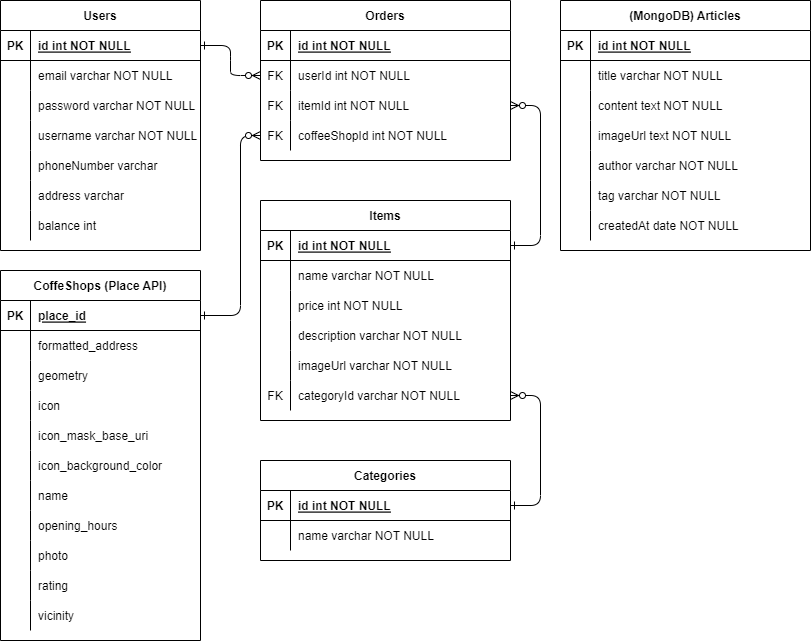
faderino/coffeepedia-server keeps this draw.io diagram as coffeepedia_schema.png. Above is the earlier version. Source tidied: cells renumbered, new cells last; positions are measured from the earlier drawing's top-left corner, leaving out a move shared by most shapes.
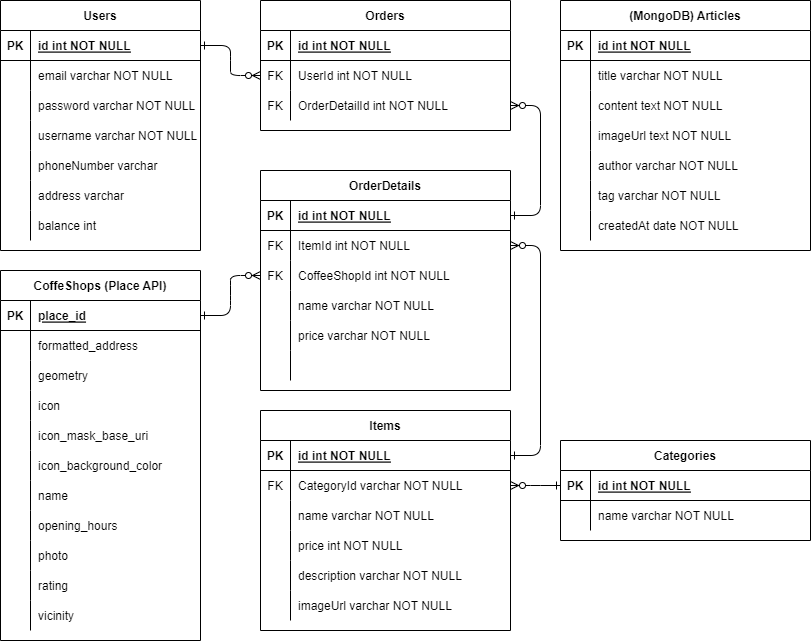
Above is the later version.

Commit message:
Update database schema

The edit, as a diff of the source:
```diff
@@ -5,11 +5,8 @@
     <mxCell id="2" style="edgeStyle=entityRelationEdgeStyle;endArrow=ERzeroToMany;startArrow=ERone;endFill=1;startFill=0;" parent="1" edge="1" source="18" target="8">
       <mxGeometry relative="1" as="geometry" />
     </mxCell>
-    <mxCell id="3" style="edgeStyle=entityRelationEdgeStyle;endArrow=ERzeroToMany;startArrow=ERone;endFill=1;startFill=0;exitX=1;exitY=0.5;exitDx=0;exitDy=0;entryX=1;entryY=0.5;entryDx=0;entryDy=0;" parent="1" edge="1" source="62" target="11">
-      <mxGeometry relative="1" as="geometry" />
-    </mxCell>
     <mxCell id="4" value="Orders" style="shape=table;startSize=30;rowLines=0;fontStyle=1;align=center;" parent="1" vertex="1">
-      <mxGeometry x="260" width="250" height="160" as="geometry" />
+      <mxGeometry x="260" width="250" height="130" as="geometry" />
     </mxCell>
     <mxCell id="5" style="shape=partialRectangle;fillColor=none;top=0;left=0;right=0;bottom=1;" parent="4" vertex="1">
       <mxGeometry y="30" width="250" height="30" as="geometry" />
@@ -26,7 +23,7 @@
     <mxCell id="9" value="FK" style="shape=partialRectangle;overflow=hidden;fillColor=none;top=0;left=0;bottom=0;right=0;" parent="8" vertex="1">
       <mxGeometry width="30" height="30" as="geometry" />
     </mxCell>
-    <mxCell id="10" value="userId int NOT NULL" style="shape=partialRectangle;overflow=hidden;fillColor=none;top=0;left=0;bottom=0;right=0;align=left;spacingLeft=6;" parent="8" vertex="1">
+    <mxCell id="10" value="UserId int NOT NULL" style="shape=partialRectangle;overflow=hidden;fillColor=none;top=0;left=0;bottom=0;right=0;align=left;spacingLeft=6;" parent="8" vertex="1">
       <mxGeometry x="30" width="220" height="30" as="geometry" />
     </mxCell>
     <mxCell id="11" style="shape=partialRectangle;fillColor=none;points=[[0,0.5],[1,0.5]];portConstraint=eastwest;top=0;left=0;right=0;bottom=0;" parent="4" vertex="1">
@@ -35,18 +32,9 @@
     <mxCell id="12" value="FK" style="shape=partialRectangle;overflow=hidden;fillColor=none;top=0;left=0;bottom=0;right=0;" parent="11" vertex="1">
       <mxGeometry width="30" height="30" as="geometry" />
     </mxCell>
-    <mxCell id="13" value="itemId int NOT NULL" style="shape=partialRectangle;overflow=hidden;fillColor=none;top=0;left=0;bottom=0;right=0;align=left;spacingLeft=6;" parent="11" vertex="1">
+    <mxCell id="13" value="OrderDetailId int NOT NULL" style="shape=partialRectangle;overflow=hidden;fillColor=none;top=0;left=0;bottom=0;right=0;align=left;spacingLeft=6;" parent="11" vertex="1">
       <mxGeometry x="30" width="220" height="30" as="geometry" />
     </mxCell>
-    <mxCell id="14" style="shape=partialRectangle;fillColor=none;points=[[0,0.5],[1,0.5]];portConstraint=eastwest;top=0;left=0;right=0;bottom=0;" parent="4" vertex="1">
-      <mxGeometry y="120" width="250" height="30" as="geometry" />
-    </mxCell>
-    <mxCell id="15" value="FK" style="shape=partialRectangle;overflow=hidden;fillColor=none;top=0;left=0;bottom=0;right=0;" parent="14" vertex="1">
-      <mxGeometry width="30" height="30" as="geometry" />
-    </mxCell>
-    <mxCell id="16" value="coffeeShopId int NOT NULL" style="shape=partialRectangle;overflow=hidden;fillColor=none;top=0;left=0;bottom=0;right=0;align=left;spacingLeft=6;" parent="14" vertex="1">
-      <mxGeometry x="30" width="220" height="30" as="geometry" />
-    </mxCell>
     <mxCell id="17" value="Users" style="shape=table;startSize=30;rowLines=0;fontStyle=1;align=center;" parent="1" vertex="1">
       <mxGeometry width="200" height="250" as="geometry" />
     </mxCell>
@@ -180,7 +168,7 @@
       <mxGeometry x="30" width="220" height="30" as="geometry" />
     </mxCell>
     <mxCell id="61" value="Items" style="shape=table;startSize=30;rowLines=0;fontStyle=1;align=center;" parent="1" vertex="1">
-      <mxGeometry x="260" y="200" width="250" height="220" as="geometry" />
+      <mxGeometry x="260" y="410" width="250" height="220" as="geometry" />
     </mxCell>
     <mxCell id="62" style="shape=partialRectangle;fillColor=none;points=[[0,0.5],[1,0.5]];portConstraint=eastwest;top=0;left=0;right=0;bottom=1;" parent="61" vertex="1">
       <mxGeometry y="30" width="250" height="30" as="geometry" />
@@ -191,8 +179,17 @@
     <mxCell id="64" value="id int NOT NULL" style="shape=partialRectangle;overflow=hidden;fillColor=none;top=0;left=0;bottom=0;right=0;align=left;spacingLeft=6;fontStyle=5;" parent="62" vertex="1">
       <mxGeometry x="30" width="220" height="30" as="geometry" />
     </mxCell>
+    <mxCell id="77" style="shape=partialRectangle;fillColor=none;points=[[0,0.5],[1,0.5]];portConstraint=eastwest;top=0;left=0;right=0;bottom=0;" parent="61" vertex="1">
+      <mxGeometry y="60" width="250" height="30" as="geometry" />
+    </mxCell>
+    <mxCell id="78" value="FK" style="shape=partialRectangle;overflow=hidden;fillColor=none;top=0;left=0;bottom=0;right=0;" parent="77" vertex="1">
+      <mxGeometry width="30" height="30" as="geometry" />
+    </mxCell>
+    <mxCell id="79" value="CategoryId varchar NOT NULL" style="shape=partialRectangle;overflow=hidden;fillColor=none;top=0;left=0;bottom=0;right=0;align=left;spacingLeft=6;" parent="77" vertex="1">
+      <mxGeometry x="30" width="220" height="30" as="geometry" />
+    </mxCell>
     <mxCell id="65" style="shape=partialRectangle;fillColor=none;top=0;left=0;right=0;bottom=0;" parent="61" vertex="1">
-      <mxGeometry y="60" width="250" height="30" as="geometry" />
+      <mxGeometry y="90" width="250" height="30" as="geometry" />
     </mxCell>
     <mxCell id="66" style="shape=partialRectangle;overflow=hidden;fillColor=none;top=0;left=0;bottom=0;right=0;" parent="65" vertex="1">
       <mxGeometry width="30" height="30" as="geometry" />
@@ -201,7 +198,7 @@
       <mxGeometry x="30" width="220" height="30" as="geometry" />
     </mxCell>
     <mxCell id="68" style="shape=partialRectangle;fillColor=none;top=0;left=0;right=0;bottom=0;" parent="61" vertex="1">
-      <mxGeometry y="90" width="250" height="30" as="geometry" />
+      <mxGeometry y="120" width="250" height="30" as="geometry" />
     </mxCell>
     <mxCell id="69" style="shape=partialRectangle;overflow=hidden;fillColor=none;top=0;left=0;bottom=0;right=0;" parent="68" vertex="1">
       <mxGeometry width="30" height="30" as="geometry" />
@@ -210,7 +207,7 @@
       <mxGeometry x="30" width="220" height="30" as="geometry" />
     </mxCell>
     <mxCell id="71" style="shape=partialRectangle;fillColor=none;top=0;left=0;right=0;bottom=0;" parent="61" vertex="1">
-      <mxGeometry y="120" width="250" height="30" as="geometry" />
+      <mxGeometry y="150" width="250" height="30" as="geometry" />
     </mxCell>
     <mxCell id="72" style="shape=partialRectangle;overflow=hidden;fillColor=none;top=0;left=0;bottom=0;right=0;" parent="71" vertex="1">
       <mxGeometry width="30" height="30" as="geometry" />
@@ -219,7 +216,7 @@
       <mxGeometry x="30" width="220" height="30" as="geometry" />
     </mxCell>
     <mxCell id="74" style="shape=partialRectangle;fillColor=none;top=0;left=0;right=0;bottom=0;" parent="61" vertex="1">
-      <mxGeometry y="150" width="250" height="30" as="geometry" />
+      <mxGeometry y="180" width="250" height="30" as="geometry" />
     </mxCell>
     <mxCell id="75" style="shape=partialRectangle;overflow=hidden;fillColor=none;top=0;left=0;bottom=0;right=0;" parent="74" vertex="1">
       <mxGeometry width="30" height="30" as="geometry" />
@@ -227,17 +224,8 @@
     <mxCell id="76" value="imageUrl varchar NOT NULL" style="shape=partialRectangle;overflow=hidden;fillColor=none;top=0;left=0;bottom=0;right=0;align=left;spacingLeft=6;" parent="74" vertex="1">
       <mxGeometry x="30" width="220" height="30" as="geometry" />
     </mxCell>
-    <mxCell id="77" style="shape=partialRectangle;fillColor=none;points=[[0,0.5],[1,0.5]];portConstraint=eastwest;top=0;left=0;right=0;bottom=0;" parent="61" vertex="1">
-      <mxGeometry y="180" width="250" height="30" as="geometry" />
-    </mxCell>
-    <mxCell id="78" value="FK" style="shape=partialRectangle;overflow=hidden;fillColor=none;top=0;left=0;bottom=0;right=0;" parent="77" vertex="1">
-      <mxGeometry width="30" height="30" as="geometry" />
-    </mxCell>
-    <mxCell id="79" value="categoryId varchar NOT NULL" style="shape=partialRectangle;overflow=hidden;fillColor=none;top=0;left=0;bottom=0;right=0;align=left;spacingLeft=6;" parent="77" vertex="1">
-      <mxGeometry x="30" width="220" height="30" as="geometry" />
-    </mxCell>
     <mxCell id="80" value="Categories" style="shape=table;startSize=30;rowLines=0;fontStyle=1;align=center;" parent="1" vertex="1">
-      <mxGeometry x="260" y="460" width="250" height="100" as="geometry" />
+      <mxGeometry x="560" y="440" width="250" height="100" as="geometry" />
     </mxCell>
     <mxCell id="81" style="shape=partialRectangle;fillColor=none;points=[[0,0.5],[1,0.5]];portConstraint=eastwest;top=0;left=0;right=0;bottom=1;" parent="80" vertex="1">
       <mxGeometry y="30" width="250" height="30" as="geometry" />
@@ -257,7 +245,7 @@
     <mxCell id="86" value="name varchar NOT NULL" style="shape=partialRectangle;overflow=hidden;fillColor=none;top=0;left=0;bottom=0;right=0;align=left;spacingLeft=6;" parent="84" vertex="1">
       <mxGeometry x="30" width="220" height="30" as="geometry" />
     </mxCell>
-    <mxCell id="87" style="edgeStyle=entityRelationEdgeStyle;endArrow=ERzeroToMany;startArrow=ERone;endFill=1;startFill=0;entryX=1;entryY=0.5;entryDx=0;entryDy=0;exitX=1;exitY=0.5;exitDx=0;exitDy=0;" parent="1" edge="1" source="81" target="77">
+    <mxCell id="87" style="edgeStyle=entityRelationEdgeStyle;endArrow=ERzeroToMany;startArrow=ERone;endFill=1;startFill=0;entryX=1;entryY=0.5;entryDx=0;entryDy=0;exitX=0;exitY=0.5;exitDx=0;exitDy=0;" parent="1" edge="1" source="81" target="77">
       <mxGeometry relative="1" as="geometry" />
     </mxCell>
     <mxCell id="88" value="CoffeShops (Place API)" style="shape=table;startSize=30;rowLines=0;fontStyle=1;align=center;" parent="1" vertex="1">
@@ -362,13 +350,71 @@
     <mxCell id="121" value="vicinity" style="shape=partialRectangle;overflow=hidden;fillColor=none;top=0;left=0;bottom=0;right=0;align=left;spacingLeft=6;" parent="119" vertex="1">
       <mxGeometry x="30" width="170" height="30" as="geometry" />
     </mxCell>
-    <mxCell id="122" style="edgeStyle=orthogonalEdgeStyle;endArrow=ERzeroToMany;startArrow=ERone;endFill=1;startFill=0;entryX=0;entryY=0.5;entryDx=0;entryDy=0;exitX=1;exitY=0.5;exitDx=0;exitDy=0;" parent="1" edge="1" source="89" target="14">
-      <mxGeometry relative="1" as="geometry">
-        <Array as="points">
-          <mxPoint x="240" y="315" />
-          <mxPoint x="240" y="135" />
-        </Array>
-      </mxGeometry>
-    </mxCell>
+    <mxCell id="123" value="OrderDetails" style="shape=table;startSize=30;rowLines=0;fontStyle=1;align=center;" parent="1" vertex="1">
+      <mxGeometry x="260" y="170" width="250" height="220" as="geometry" />
+    </mxCell>
+    <mxCell id="124" style="shape=partialRectangle;fillColor=none;points=[[0,0.5],[1,0.5]];portConstraint=eastwest;top=0;left=0;right=0;bottom=1;" parent="123" vertex="1">
+      <mxGeometry y="30" width="250" height="30" as="geometry" />
+    </mxCell>
+    <mxCell id="125" value="PK" style="shape=partialRectangle;overflow=hidden;fillColor=none;top=0;left=0;bottom=0;right=0;fontStyle=1;" parent="124" vertex="1">
+      <mxGeometry width="30" height="30" as="geometry" />
+    </mxCell>
+    <mxCell id="126" value="id int NOT NULL" style="shape=partialRectangle;overflow=hidden;fillColor=none;top=0;left=0;bottom=0;right=0;align=left;spacingLeft=6;fontStyle=5;" parent="124" vertex="1">
+      <mxGeometry x="30" width="220" height="30" as="geometry" />
+    </mxCell>
+    <mxCell id="127" style="shape=partialRectangle;fillColor=none;points=[[0,0.5],[1,0.5]];portConstraint=eastwest;top=0;left=0;right=0;bottom=0;" parent="123" vertex="1">
+      <mxGeometry y="60" width="250" height="30" as="geometry" />
+    </mxCell>
+    <mxCell id="128" value="FK" style="shape=partialRectangle;overflow=hidden;fillColor=none;top=0;left=0;bottom=0;right=0;" parent="127" vertex="1">
+      <mxGeometry width="30" height="30" as="geometry" />
+    </mxCell>
+    <mxCell id="129" value="ItemId int NOT NULL" style="shape=partialRectangle;overflow=hidden;fillColor=none;top=0;left=0;bottom=0;right=0;align=left;spacingLeft=6;" parent="127" vertex="1">
+      <mxGeometry x="30" width="220" height="30" as="geometry" />
+    </mxCell>
+    <mxCell id="130" style="shape=partialRectangle;fillColor=none;points=[[0,0.5],[1,0.5]];portConstraint=eastwest;top=0;left=0;right=0;bottom=0;" parent="123" vertex="1">
+      <mxGeometry y="90" width="250" height="30" as="geometry" />
+    </mxCell>
+    <mxCell id="131" value="FK" style="shape=partialRectangle;overflow=hidden;fillColor=none;top=0;left=0;bottom=0;right=0;" parent="130" vertex="1">
+      <mxGeometry width="30" height="30" as="geometry" />
+    </mxCell>
+    <mxCell id="132" value="CoffeeShopId int NOT NULL" style="shape=partialRectangle;overflow=hidden;fillColor=none;top=0;left=0;bottom=0;right=0;align=left;spacingLeft=6;" parent="130" vertex="1">
+      <mxGeometry x="30" width="220" height="30" as="geometry" />
+    </mxCell>
+    <mxCell id="14" style="shape=partialRectangle;fillColor=none;points=[[0,0.5],[1,0.5]];portConstraint=eastwest;top=0;left=0;right=0;bottom=0;" parent="123" vertex="1">
+      <mxGeometry y="120" width="250" height="30" as="geometry" />
+    </mxCell>
+    <mxCell id="133" style="shape=partialRectangle;overflow=hidden;fillColor=none;top=0;left=0;bottom=0;right=0;" parent="14" vertex="1">
+      <mxGeometry width="30" height="30" as="geometry" />
+    </mxCell>
+    <mxCell id="134" value="name varchar NOT NULL" style="shape=partialRectangle;overflow=hidden;fillColor=none;top=0;left=0;bottom=0;right=0;align=left;spacingLeft=6;" parent="14" vertex="1">
+      <mxGeometry x="30" width="220" height="30" as="geometry" />
+    </mxCell>
+    <mxCell id="135" style="shape=partialRectangle;fillColor=none;top=0;left=0;right=0;bottom=0;" parent="123" vertex="1">
+      <mxGeometry y="150" width="250" height="30" as="geometry" />
+    </mxCell>
+    <mxCell id="136" style="shape=partialRectangle;overflow=hidden;fillColor=none;top=0;left=0;bottom=0;right=0;" parent="135" vertex="1">
+      <mxGeometry width="30" height="30" as="geometry" />
+    </mxCell>
+    <mxCell id="137" value="price varchar NOT NULL" style="shape=partialRectangle;overflow=hidden;fillColor=none;top=0;left=0;bottom=0;right=0;align=left;spacingLeft=6;" parent="135" vertex="1">
+      <mxGeometry x="30" width="220" height="30" as="geometry" />
+    </mxCell>
+    <mxCell id="138" style="shape=partialRectangle;fillColor=none;top=0;left=0;right=0;bottom=0;" parent="123" vertex="1">
+      <mxGeometry y="180" width="250" height="30" as="geometry" />
+    </mxCell>
+    <mxCell id="139" style="shape=partialRectangle;overflow=hidden;fillColor=none;top=0;left=0;bottom=0;right=0;" parent="138" vertex="1">
+      <mxGeometry width="30" height="30" as="geometry" />
+    </mxCell>
+    <mxCell id="140" style="shape=partialRectangle;overflow=hidden;fillColor=none;top=0;left=0;bottom=0;right=0;align=left;spacingLeft=6;" parent="138" vertex="1">
+      <mxGeometry x="30" width="220" height="30" as="geometry" />
+    </mxCell>
+    <mxCell id="141" style="edgeStyle=entityRelationEdgeStyle;endArrow=ERzeroToMany;startArrow=ERone;endFill=1;startFill=0;exitX=1;exitY=0.5;exitDx=0;exitDy=0;entryX=0;entryY=0.5;entryDx=0;entryDy=0;" parent="1" edge="1" source="89" target="130">
+      <mxGeometry relative="1" as="geometry" />
+    </mxCell>
+    <mxCell id="142" style="edgeStyle=entityRelationEdgeStyle;endArrow=ERzeroToMany;startArrow=ERone;endFill=1;startFill=0;exitX=1;exitY=0.5;exitDx=0;exitDy=0;entryX=1;entryY=0.5;entryDx=0;entryDy=0;" parent="1" edge="1" source="62" target="127">
+      <mxGeometry relative="1" as="geometry" />
+    </mxCell>
+    <mxCell id="143" style="edgeStyle=entityRelationEdgeStyle;endArrow=ERzeroToMany;startArrow=ERone;endFill=1;startFill=0;exitX=1;exitY=0.5;exitDx=0;exitDy=0;entryX=1;entryY=0.5;entryDx=0;entryDy=0;" parent="1" edge="1" source="124" target="11">
+      <mxGeometry relative="1" as="geometry" />
+    </mxCell>
   </root>
 </mxGraphModel>
```
